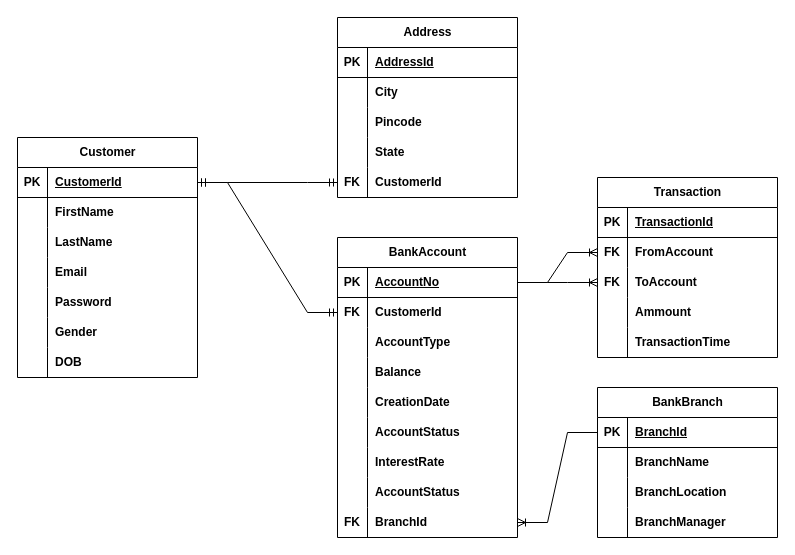
Earlier version of the draw.io diagram BankingAppDBDesign.drawio (bhanu37/BankingAppWPF). Source tidied: cells renumbered, new cells numbered last; positions are measured from the earlier drawing's top-left corner, leaving out a move shared by most shapes. Both pictures are drawn from the tidied source at 100%, with x=0, y=0 at pixel (-83, 17).
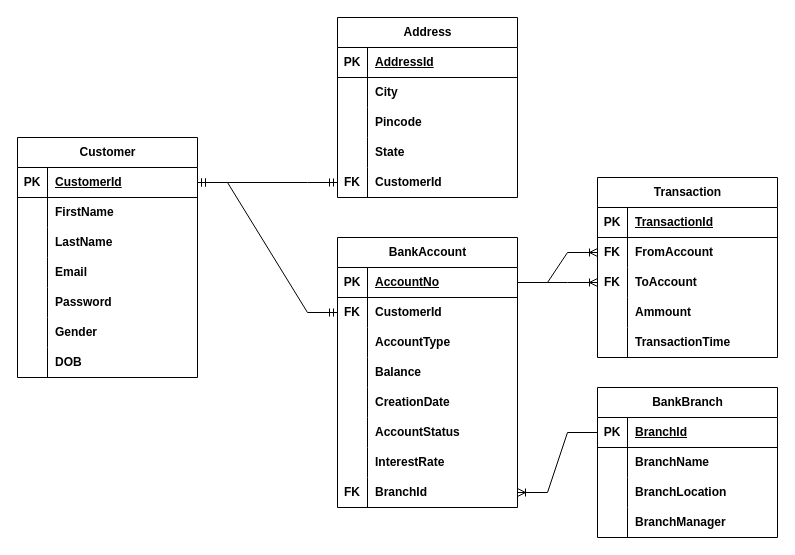
After the change.

The edit, as a diff of the source:
```diff
@@
     <mxCell id="40" value="BankAccount" style="shape=table;startSize=30;childLayout=tableLayout;rowLines=0;fontStyle=1;align=center;html=1;" parent="1" vertex="1">
-      <mxGeometry x="420" y="220" width="180" height="300" as="geometry" />
+      <mxGeometry x="420" y="220" width="180" height="270" as="geometry" />
     </mxCell>
@@
-    <mxCell id="62" style="shape=tableRow;horizontal=0;startSize=0;swimlaneHead=0;swimlaneBody=0;fillColor=none;top=0;left=0;right=0;bottom=0;" parent="40" vertex="1">
-      <mxGeometry y="240" width="180" height="30" as="geometry" />
-    </mxCell>
-    <mxCell id="63" style="shape=partialRectangle;fillColor=none;top=0;left=0;bottom=0;right=0;overflow=hidden;whiteSpace=wrap;html=1;fontStyle=1;" parent="62" vertex="1">
-      <mxGeometry width="30" height="30" as="geometry" />
-    </mxCell>
-    <mxCell id="64" value="AccountStatus" style="shape=partialRectangle;fillColor=none;top=0;left=0;bottom=0;right=0;align=left;spacingLeft=6;overflow=hidden;whiteSpace=wrap;html=1;fontStyle=1;" parent="62" vertex="1">
-      <mxGeometry x="30" width="150" height="30" as="geometry" />
-    </mxCell>
     <mxCell id="65" style="shape=tableRow;horizontal=0;startSize=0;swimlaneHead=0;swimlaneBody=0;fillColor=none;points=[[0,0.5],[1,0.5]];portConstraint=eastwest;top=0;left=0;right=0;bottom=0;" parent="40" vertex="1">
-      <mxGeometry y="270" width="180" height="30" as="geometry" />
+      <mxGeometry y="240" width="180" height="30" as="geometry" />
     </mxCell>
```
